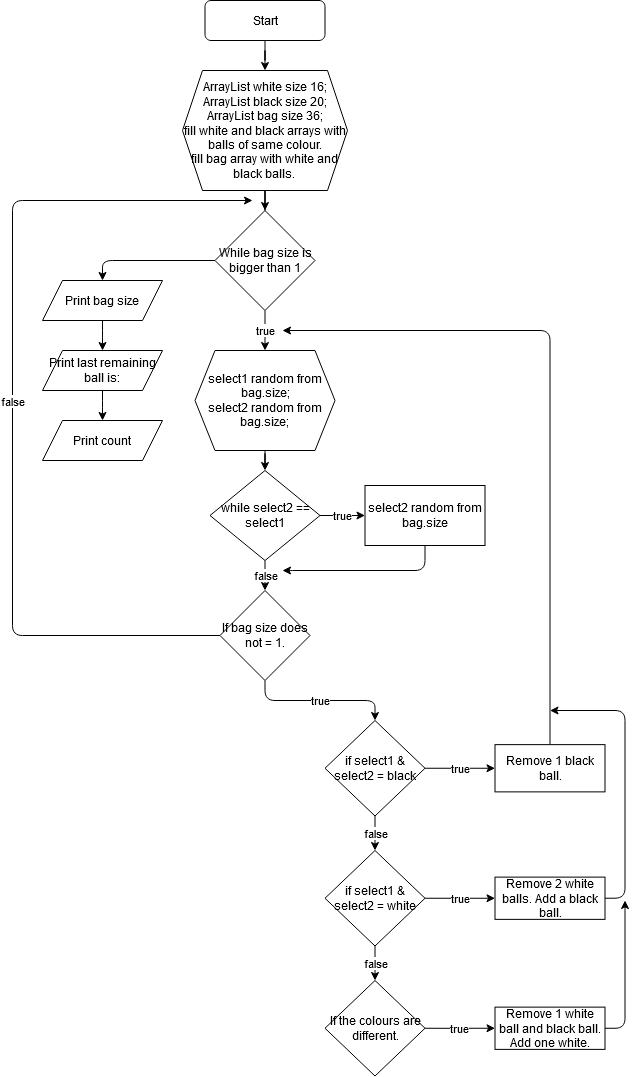
Before: Untitled Diagram.png, a diagram exported from draw.io (IgnasZyv/BallProject). Source tidied: cells renumbered, new cells last; positions are measured from the earlier drawing's top-left corner, leaving out a move shared by most shapes.
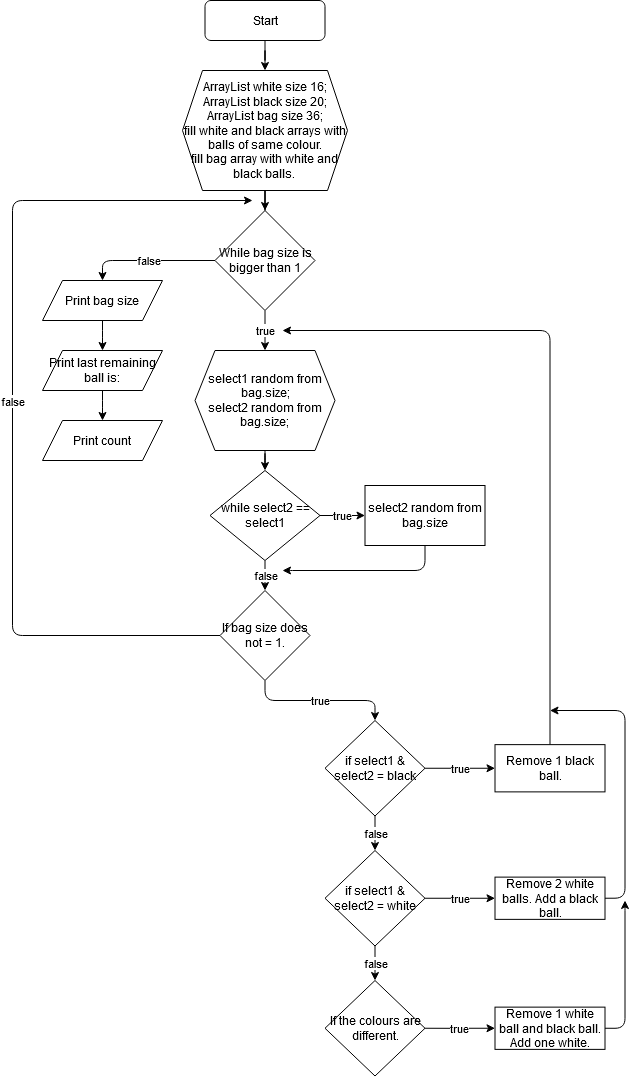
After the change.

Diff of the diagram source:
```diff
@@ -17,7 +17,7 @@
     <mxCell id="6" value="true" style="edgeStyle=orthogonalEdgeStyle;rounded=1;jettySize=auto;html=1;" parent="1" edge="1" source="8" target="10">
       <mxGeometry relative="1" as="geometry" />
     </mxCell>
-    <mxCell id="7" style="edgeStyle=orthogonalEdgeStyle;rounded=1;jumpStyle=none;jumpSize=16;jettySize=auto;html=1;exitX=0;exitY=0.5;exitDx=0;exitDy=0;entryX=0.5;entryY=0;entryDx=0;entryDy=0;" parent="1" edge="1" source="8" target="34">
+    <mxCell id="7" value="false" style="edgeStyle=orthogonalEdgeStyle;rounded=1;jumpStyle=none;jumpSize=16;jettySize=auto;html=1;exitX=0;exitY=0.5;exitDx=0;exitDy=0;entryX=0.5;entryY=0;entryDx=0;entryDy=0;" parent="1" edge="1" source="8" target="34">
       <mxGeometry relative="1" as="geometry">
         <Array as="points">
           <mxPoint x="90" y="260" />
```
